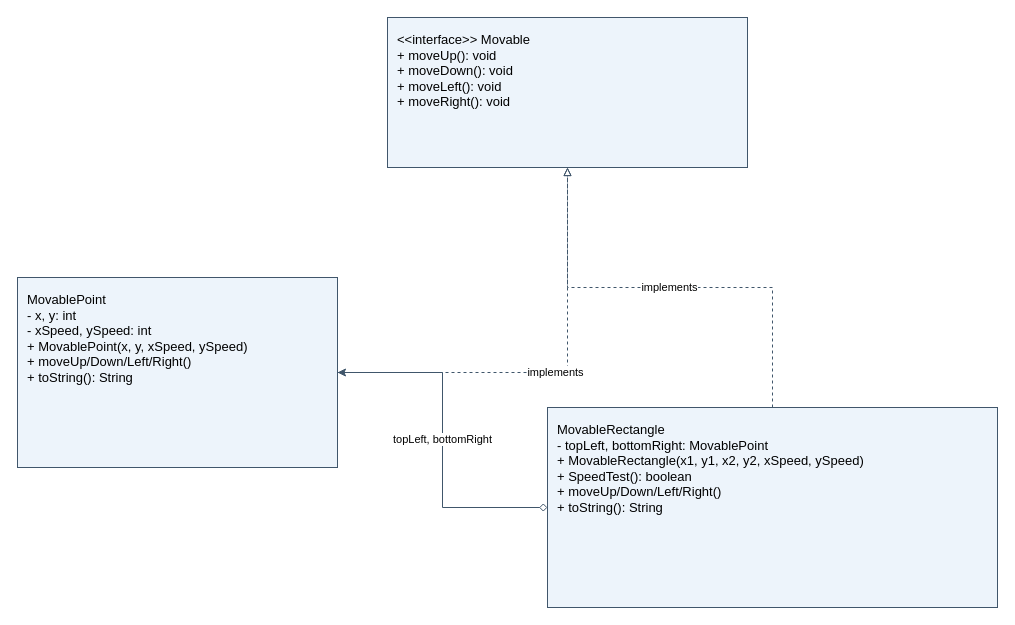
Earlier version of the draw.io diagram MovableRectangle_UML.drawio (Artem545111/KVBO-12-25_dz1). Source tidied: cells renumbered, new cells numbered last; positions are measured from the earlier drawing's top-left corner, leaving out a move shared by most shapes. Both pictures are drawn from the tidied source at 100%, with x=0, y=0 at pixel (17, 17).
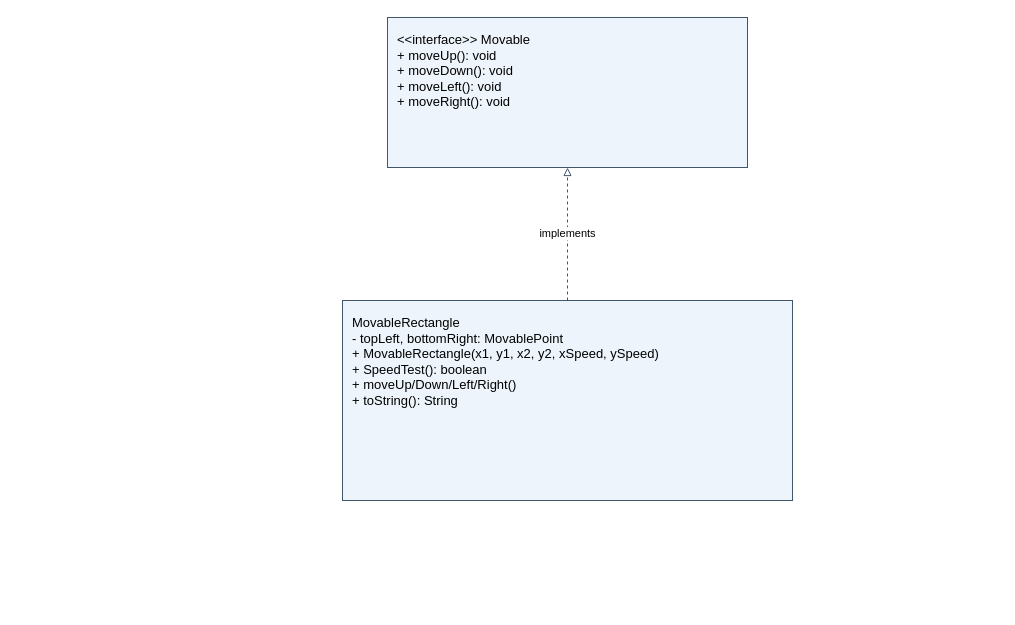
The same diagram, later.

Diff of the diagram source:
```diff
@@
 <mxGraphModel>
   <root>
     <mxCell id="0" />
     <mxCell id="1" parent="0" />
     <mxCell id="2" value="&amp;lt;&amp;lt;interface&amp;gt;&amp;gt; Movable&lt;br/&gt;+ moveUp(): void&lt;br/&gt;+ moveDown(): void&lt;br/&gt;+ moveLeft(): void&lt;br/&gt;+ moveRight(): void" style="rounded=0;whiteSpace=wrap;html=1;align=left;verticalAlign=top;spacing=10;fontSize=13;strokeColor=#40566b;fillColor=#edf4fb;" parent="1" vertex="1">
       <mxGeometry x="370" width="360" height="150" as="geometry" />
     </mxCell>
-    <mxCell id="3" value="MovablePoint&lt;br/&gt;- x, y: int&lt;br/&gt;- xSpeed, ySpeed: int&lt;br/&gt;+ MovablePoint(x, y, xSpeed, ySpeed)&lt;br/&gt;+ moveUp/Down/Left/Right()&lt;br/&gt;+ toString(): String" style="rounded=0;whiteSpace=wrap;html=1;align=left;verticalAlign=top;spacing=10;fontSize=13;strokeColor=#40566b;fillColor=#edf4fb;" parent="1" vertex="1">
-      <mxGeometry y="260" width="320" height="190" as="geometry" />
-    </mxCell>
     <mxCell id="4" value="MovableRectangle&lt;br/&gt;- topLeft, bottomRight: MovablePoint&lt;br/&gt;+ MovableRectangle(x1, y1, x2, y2, xSpeed, ySpeed)&lt;br/&gt;+ SpeedTest(): boolean&lt;br/&gt;+ moveUp/Down/Left/Right()&lt;br/&gt;+ toString(): String" style="rounded=0;whiteSpace=wrap;html=1;align=left;verticalAlign=top;spacing=10;fontSize=13;strokeColor=#40566b;fillColor=#edf4fb;" parent="1" vertex="1">
-      <mxGeometry x="530" y="390" width="450" height="200" as="geometry" />
+      <mxGeometry x="325" y="283" width="450" height="200" as="geometry" />
     </mxCell>
-    <mxCell id="5" value="implements" style="edgeStyle=orthogonalEdgeStyle;rounded=0;html=1;strokeColor=#40566b;endArrow=block;endFill=0;dashed=1;" parent="1" edge="1" source="3" target="2">
-      <mxGeometry relative="1" as="geometry" />
-    </mxCell>
     <mxCell id="6" value="implements" style="edgeStyle=orthogonalEdgeStyle;rounded=0;html=1;strokeColor=#40566b;endArrow=block;endFill=0;dashed=1;" parent="1" edge="1" source="4" target="2">
       <mxGeometry relative="1" as="geometry" />
     </mxCell>
-    <mxCell id="7" value="topLeft, bottomRight" style="edgeStyle=orthogonalEdgeStyle;rounded=0;html=1;strokeColor=#40566b;startArrow=diamond;startFill=0;" parent="1" edge="1" source="4" target="3">
-      <mxGeometry relative="1" as="geometry" />
-    </mxCell>
   </root>
 </mxGraphModel>
```
